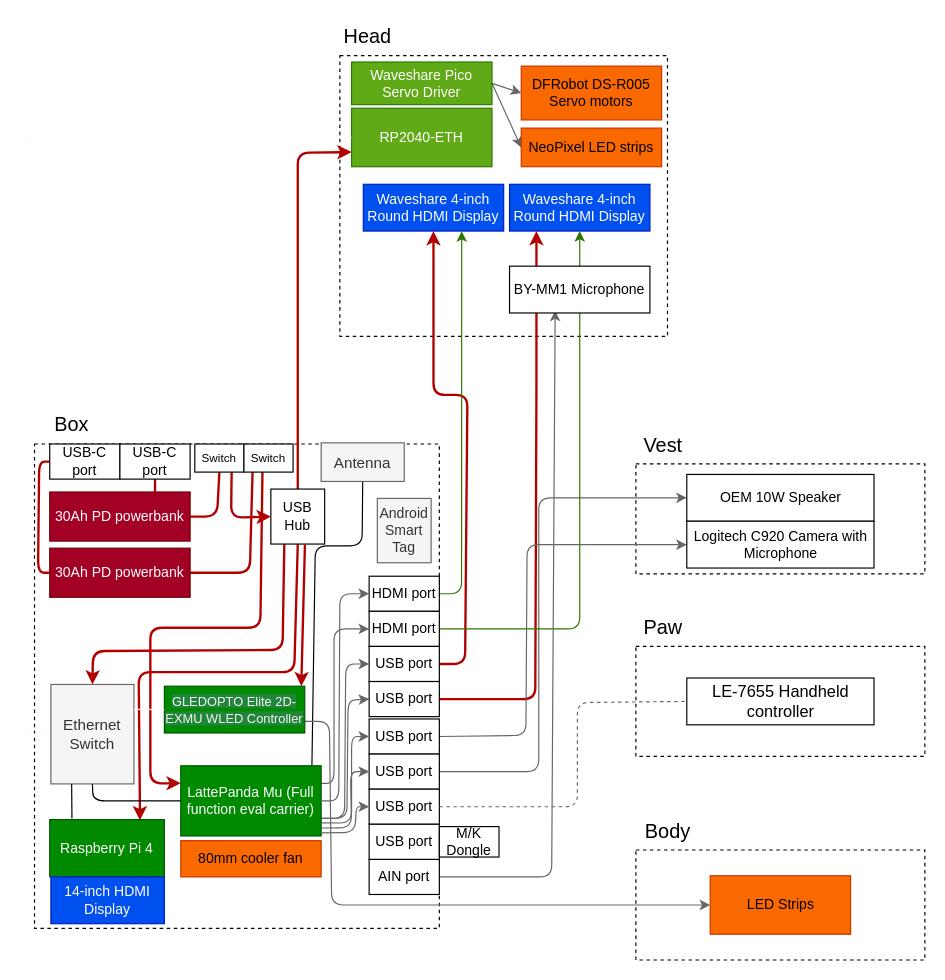
The draw.io diagram Planning/Hardware.drawio in MekhyW/DYNAMO2-Electronic-Fursuit-3.0, before the edit. Source tidied: cells renumbered, new cells numbered last; positions are measured from the earlier drawing's top-left corner, leaving out a move shared by most shapes. Both pictures are drawn from the tidied source at 117%, with x=0, y=0 at pixel (20, 20).
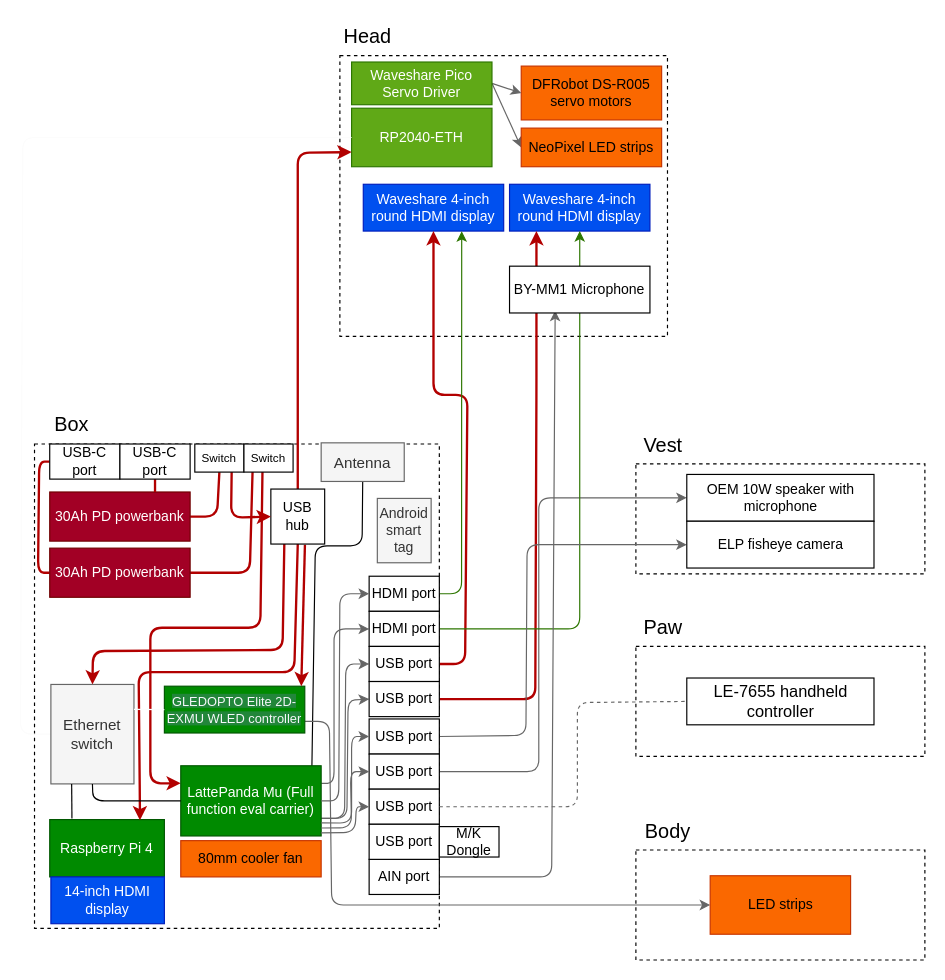
The same page after the edit.

The edit, as a diff of the source:
```diff
@@
-    <mxCell id="8" value="Waveshare 4-inch Round HDMI Display" style="rounded=0;whiteSpace=wrap;html=1;fillColor=#0050ef;fontColor=#ffffff;strokeColor=#001DBC;" parent="1" vertex="1">
+    <mxCell id="8" value="Waveshare 4-inch round HDMI display" style="rounded=0;whiteSpace=wrap;html=1;fillColor=#0050ef;fontColor=#ffffff;strokeColor=#001DBC;" parent="1" vertex="1">
       <mxGeometry x="418" y="140" width="120" height="40" as="geometry" />
     </mxCell>
@@
-    <mxCell id="20" value="&lt;span style=&quot;box-sizing: inherit; user-select: text; cursor: text; background: none 0% 0% / auto repeat scroll padding-box border-box rgb(34, 134, 58); color: rgb(246, 248, 250); font-size: 11px; text-align: start;&quot; class=&quot;cm-diff-add-inner&quot;&gt;GLEDOPTO Elite 2D-EXMU WLED Controller&lt;/span&gt;" style="rounded=0;whiteSpace=wrap;html=1;fillColor=#008a00;fontColor=#ffffff;strokeColor=#005700;" parent="1" vertex="1">
+    <mxCell id="20" value="&lt;span style=&quot;box-sizing: inherit; user-select: text; cursor: text; background: none 0% 0% / auto repeat scroll padding-box border-box rgb(34, 134, 58); color: rgb(246, 248, 250); font-size: 11px; text-align: start;&quot; class=&quot;cm-diff-add-inner&quot;&gt;GLEDOPTO Elite 2D-EXMU WLED controller&lt;/span&gt;" style="rounded=0;whiteSpace=wrap;html=1;fillColor=#008a00;fontColor=#ffffff;strokeColor=#005700;" parent="1" vertex="1">
       <mxGeometry x="123" y="569" width="120" height="40" as="geometry" />
     </mxCell>
-    <mxCell id="21" value="Waveshare 4-inch Round HDMI Display" style="rounded=0;whiteSpace=wrap;html=1;fillColor=#0050ef;fontColor=#ffffff;strokeColor=#001DBC;" parent="1" vertex="1">
+    <mxCell id="21" value="Waveshare 4-inch round HDMI display" style="rounded=0;whiteSpace=wrap;html=1;fillColor=#0050ef;fontColor=#ffffff;strokeColor=#001DBC;" parent="1" vertex="1">
       <mxGeometry x="293" y="140" width="120" height="40" as="geometry" />
     </mxCell>
@@
-    <mxCell id="34" value="&lt;font style=&quot;&quot;&gt;OEM 10W Speaker&lt;/font&gt;" style="rounded=0;whiteSpace=wrap;html=1;" parent="1" vertex="1">
+    <mxCell id="34" value="&lt;font style=&quot;&quot;&gt;OEM 10W speaker with microphone&lt;/font&gt;" style="rounded=0;whiteSpace=wrap;html=1;" parent="1" vertex="1">
       <mxGeometry x="569.5" y="388" width="160" height="40" as="geometry" />
     </mxCell>
-    <mxCell id="35" value="DFRobot DS-R005 Servo motors" style="rounded=0;whiteSpace=wrap;html=1;fillColor=#fa6800;fontColor=#000000;strokeColor=#C73500;" parent="1" vertex="1">
+    <mxCell id="35" value="DFRobot DS-R005 servo motors" style="rounded=0;whiteSpace=wrap;html=1;fillColor=#fa6800;fontColor=#000000;strokeColor=#C73500;" parent="1" vertex="1">
       <mxGeometry x="428" y="39" width="120" height="46" as="geometry" />
     </mxCell>
-    <mxCell id="36" value="Android Smart Tag" style="rounded=0;whiteSpace=wrap;html=1;fillColor=#f5f5f5;fontColor=#333333;strokeColor=#666666;" parent="1" vertex="1">
+    <mxCell id="36" value="Android smart tag" style="rounded=0;whiteSpace=wrap;html=1;fillColor=#f5f5f5;fontColor=#333333;strokeColor=#666666;" parent="1" vertex="1">
       <mxGeometry x="305" y="408.5" width="46" height="55" as="geometry" />
     </mxCell>
@@
-    <mxCell id="39" value="&lt;font style=&quot;font-size: 14px;&quot;&gt;LE-7655 Handheld controller&lt;/font&gt;" style="rounded=0;whiteSpace=wrap;html=1;" parent="1" vertex="1">
+    <mxCell id="39" value="&lt;font style=&quot;font-size: 14px;&quot;&gt;LE-7655 handheld controller&lt;/font&gt;" style="rounded=0;whiteSpace=wrap;html=1;" parent="1" vertex="1">
       <mxGeometry x="569.5" y="562" width="160" height="40" as="geometry" />
     </mxCell>
@@
-    <mxCell id="51" value="Ethernet Switch" style="whiteSpace=wrap;html=1;labelBackgroundColor=none;fontSize=13;fillColor=#f5f5f5;fontColor=#333333;strokeColor=#666666;" parent="1" vertex="1">
+    <mxCell id="51" value="Ethernet switch" style="whiteSpace=wrap;html=1;labelBackgroundColor=none;fontSize=13;fillColor=#f5f5f5;fontColor=#333333;strokeColor=#666666;" parent="1" vertex="1">
       <mxGeometry x="26" y="567.5" width="71" height="85" as="geometry" />
     </mxCell>
@@
-    <mxCell id="54" value="14-inch HDMI Display" style="rounded=0;whiteSpace=wrap;html=1;fillColor=#0050ef;fontColor=#ffffff;strokeColor=#001DBC;" parent="1" vertex="1">
+    <mxCell id="54" value="14-inch HDMI display" style="rounded=0;whiteSpace=wrap;html=1;fillColor=#0050ef;fontColor=#ffffff;strokeColor=#001DBC;" parent="1" vertex="1">
       <mxGeometry x="26" y="732" width="97" height="40" as="geometry" />
     </mxCell>
@@
-    <mxCell id="61" value="&lt;font style=&quot;&quot;&gt;Logitech C920 Camera with Microphone&lt;/font&gt;" style="rounded=0;whiteSpace=wrap;html=1;" parent="1" vertex="1">
+    <mxCell id="61" value="&lt;font style=&quot;&quot;&gt;ELP fisheye camera&lt;/font&gt;" style="rounded=0;whiteSpace=wrap;html=1;" parent="1" vertex="1">
       <mxGeometry x="569.5" y="428" width="160" height="40" as="geometry" />
     </mxCell>
@@
-    <mxCell id="64" value="&lt;span style=&quot;color: rgb(0, 0, 0);&quot;&gt;LED Strips&lt;/span&gt;" style="rounded=0;whiteSpace=wrap;html=1;fillColor=#fa6800;fontColor=#000000;strokeColor=#C73500;" parent="1" vertex="1">
+    <mxCell id="64" value="&lt;span style=&quot;color: rgb(0, 0, 0);&quot;&gt;LED strips&lt;/span&gt;" style="rounded=0;whiteSpace=wrap;html=1;fillColor=#fa6800;fontColor=#000000;strokeColor=#C73500;" parent="1" vertex="1">
       <mxGeometry x="589.5" y="731" width="120" height="50" as="geometry" />
     </mxCell>
@@
-    <mxCell id="69" value="USB Hub" style="rounded=0;whiteSpace=wrap;html=1;" parent="1" vertex="1">
+    <mxCell id="69" value="USB hub" style="rounded=0;whiteSpace=wrap;html=1;" parent="1" vertex="1">
       <mxGeometry x="214" y="400.5" width="46" height="47" as="geometry" />
     </mxCell>
```
